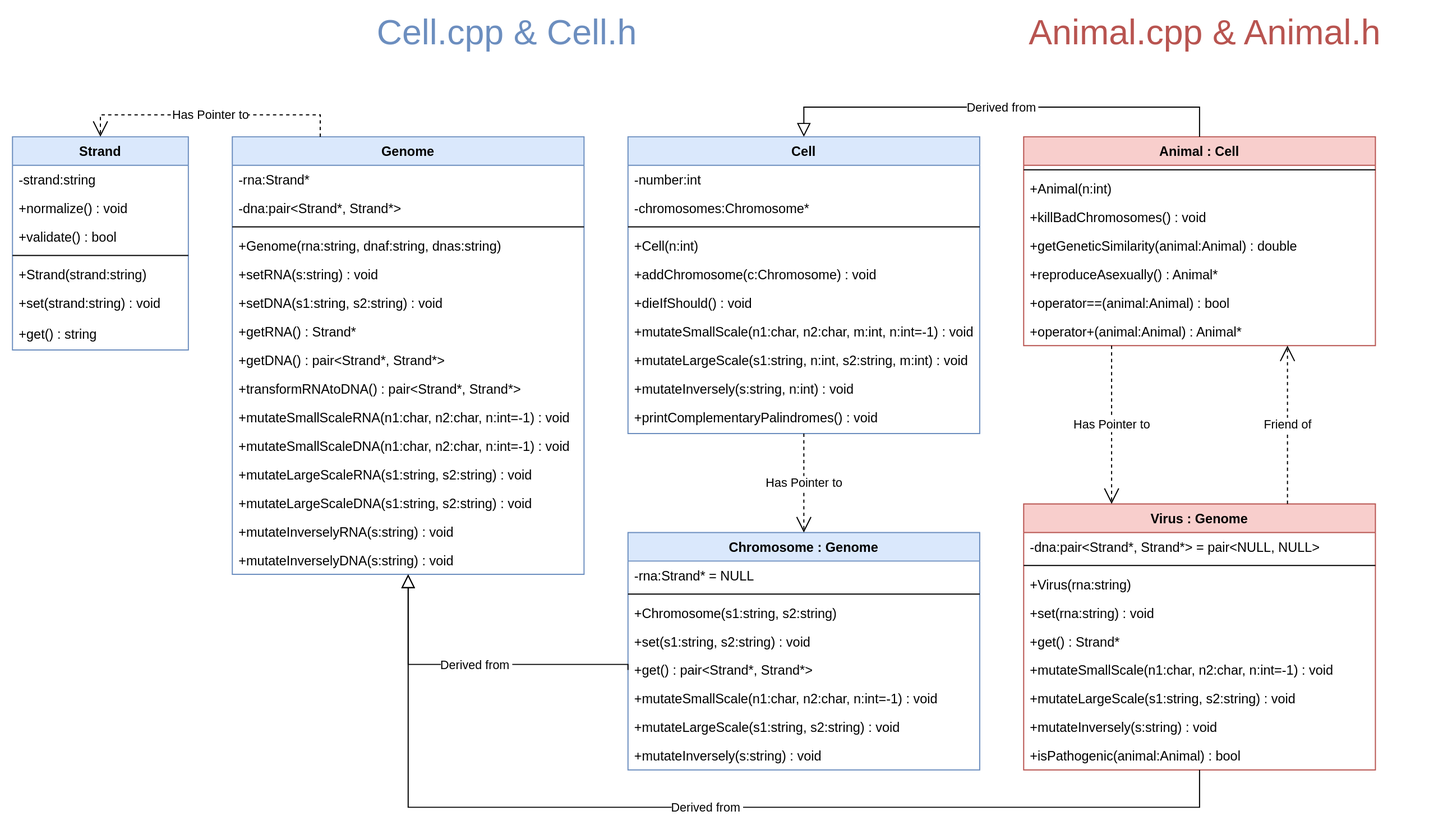
Earlier version of the draw.io export schema/classes.svg (k-forghani/class-of-life). Source tidied: cells renumbered, new cells last; positions are measured from the earlier drawing's top-left corner, leaving out a move shared by most shapes.
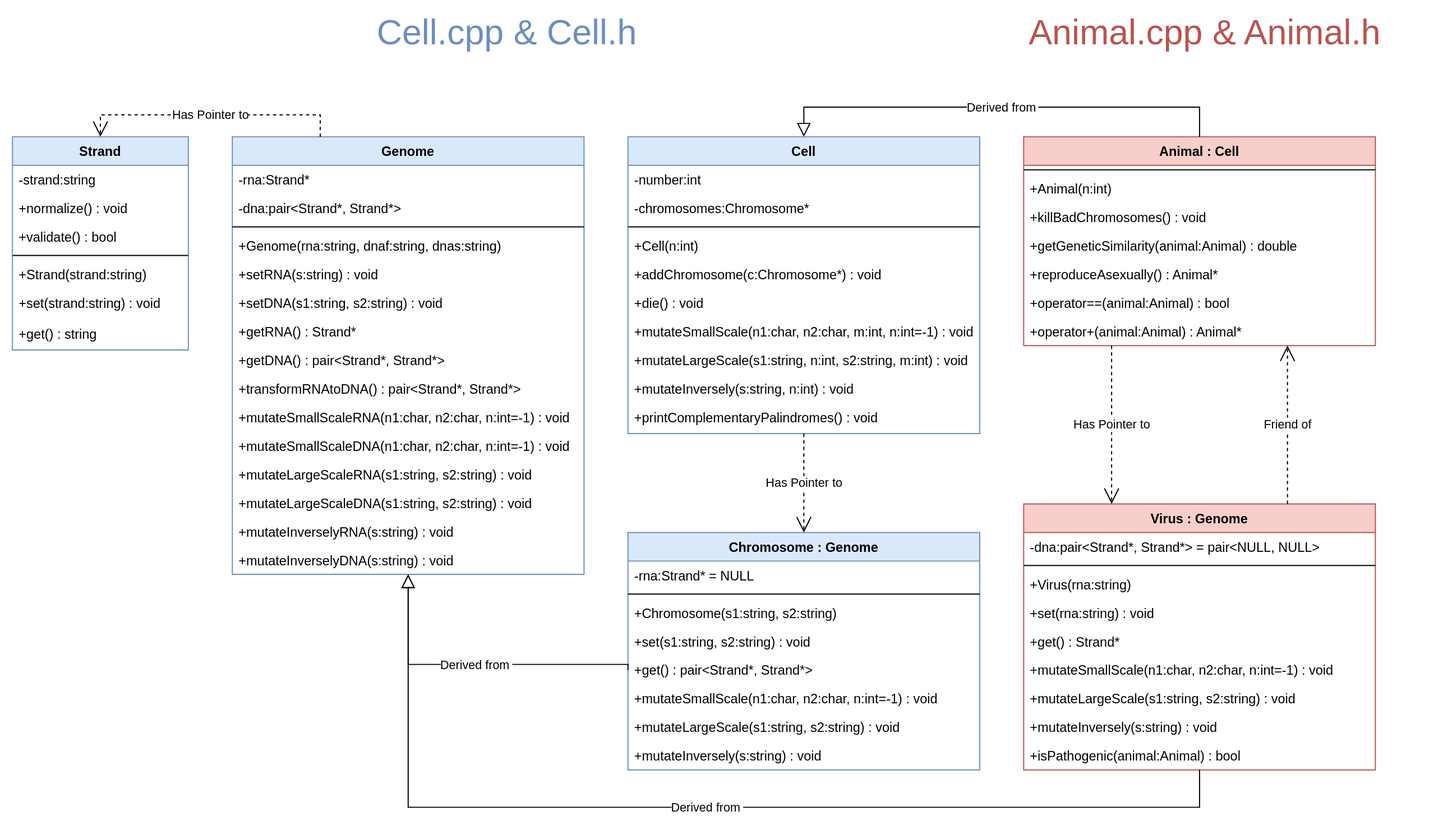
The same file after the commit.

Commit message:
Modified classes schema

The edit, as a diff of the source:
```diff
@@ -124,10 +124,10 @@
     <mxCell id="40" value="+Cell(n:int)" style="text;align=left;verticalAlign=top;spacingLeft=4;spacingRight=4;overflow=hidden;" parent="36" vertex="1">
       <mxGeometry y="86" width="320" height="26" as="geometry" />
     </mxCell>
-    <mxCell id="41" value="+addChromosome(c:Chromosome) : void" style="text;align=left;verticalAlign=top;spacingLeft=4;spacingRight=4;overflow=hidden;" parent="36" vertex="1">
+    <mxCell id="41" value="+addChromosome(c:Chromosome*) : void" style="text;align=left;verticalAlign=top;spacingLeft=4;spacingRight=4;overflow=hidden;" parent="36" vertex="1">
       <mxGeometry y="112" width="320" height="26" as="geometry" />
     </mxCell>
-    <mxCell id="42" value="+dieIfShould() : void" style="text;align=left;verticalAlign=top;spacingLeft=4;spacingRight=4;overflow=hidden;" parent="36" vertex="1">
+    <mxCell id="42" value="+die() : void" style="text;align=left;verticalAlign=top;spacingLeft=4;spacingRight=4;overflow=hidden;" parent="36" vertex="1">
       <mxGeometry y="138" width="320" height="26" as="geometry" />
     </mxCell>
     <mxCell id="43" value="+mutateSmallScale(n1:char, n2:char, m:int, n:int=-1) : void" style="text;align=left;verticalAlign=top;spacingLeft=4;spacingRight=4;overflow=hidden;" parent="36" vertex="1">
```
